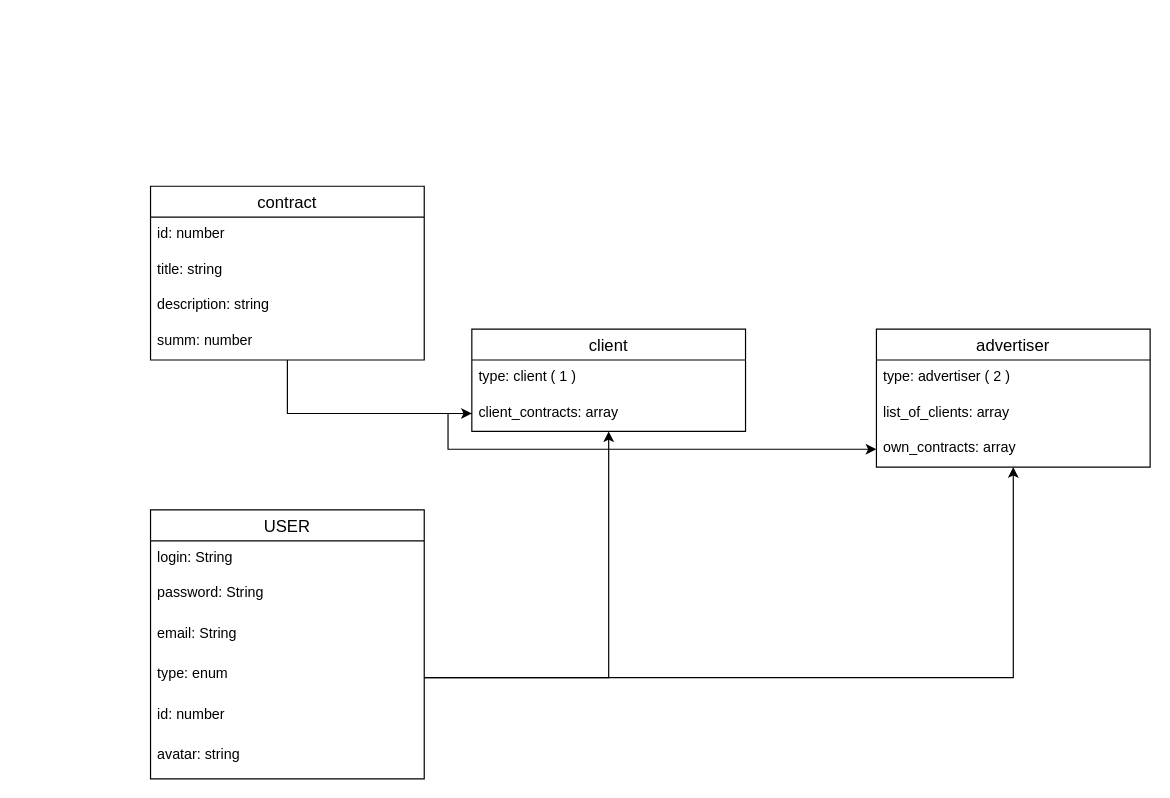
This is Shema.drawio from Egor1Ka/ad-agency, a draw.io file, before an edit. Source tidied: cells renumbered, new cells numbered last; positions are measured from the earlier drawing's top-left corner, leaving out a move shared by most shapes. Both pictures are drawn from the tidied source at 119%, with x=0, y=0 at pixel (150, 186).
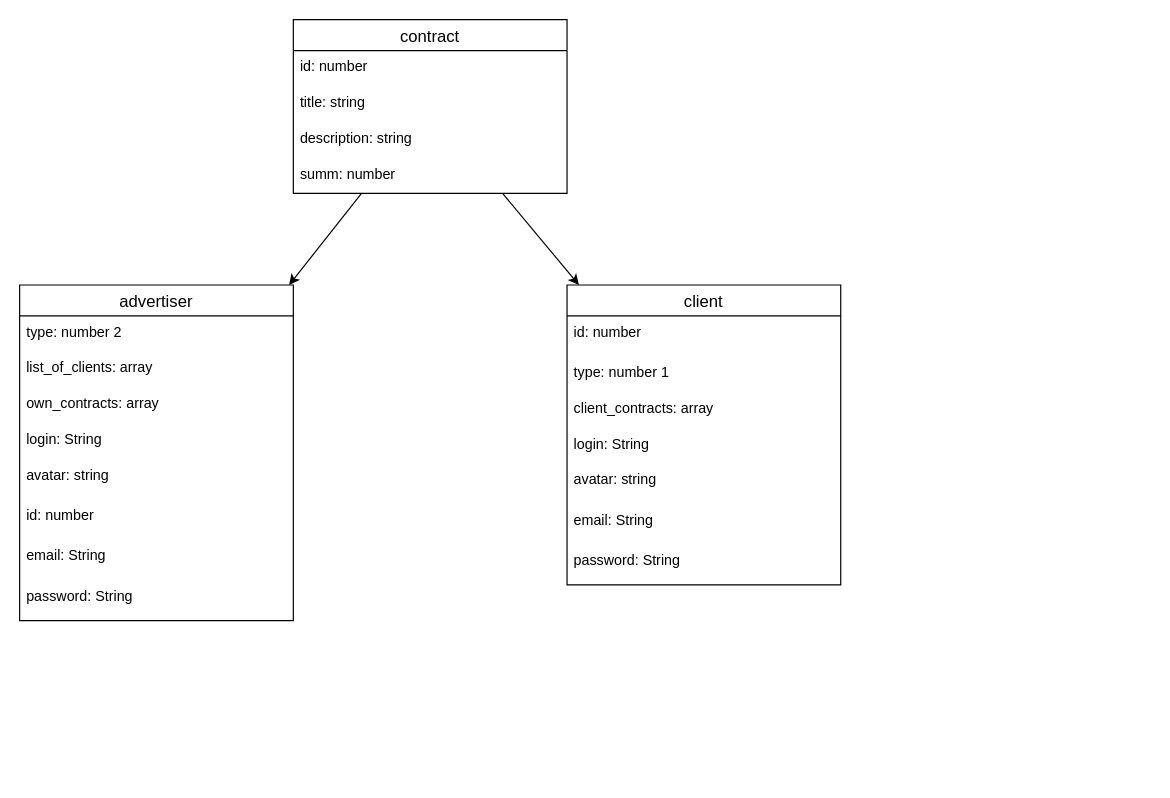
The same diagram, later.

The change refers to these unchanged cells:
```xml
<mxCell id="20" value="own_contracts: array" style="text;strokeColor=none;fillColor=none;spacingLeft=4;spacingRight=4;overflow=hidden;points=[[0,0.5],[1,0.5]];portConstraint=eastwest;fontSize=12;" parent="17" vertex="1">
  <mxGeometry y="86" width="230" height="30" as="geometry" />
</mxCell>
```

Diff of the diagram source:
```diff
@@
-    <mxCell id="2" style="shape=table;startSize=0;childLayout=tableLayout;rowLines=0;fontStyle=0;align=center;strokeColor=none;fillColor=none;" parent="1" vertex="1">
-      <mxGeometry x="180" y="430" width="180" height="30" as="geometry" />
-    </mxCell>
-    <mxCell id="3" style="shape=tableRow;horizontal=0;startSize=0;swimlaneHead=0;swimlaneBody=0;fillColor=none;top=0;left=0;right=0;bottom=0;" parent="2" vertex="1">
-      <mxGeometry width="180" height="30" as="geometry" />
-    </mxCell>
-    <mxCell id="4" style="shape=partialRectangle;fillColor=none;top=0;left=0;bottom=0;right=0;overflow=hidden;" parent="3" vertex="1">
-      <mxGeometry width="30" height="30" as="geometry" />
-    </mxCell>
-    <mxCell id="5" style="shape=partialRectangle;fillColor=none;top=0;left=0;bottom=0;right=0;align=left;spacingLeft=6;overflow=hidden;" parent="3" vertex="1">
-      <mxGeometry x="30" width="150" height="30" as="geometry" />
-    </mxCell>
-    <mxCell id="6" value="USER" style="swimlane;fontStyle=0;horizontal=1;startSize=26;align=center;fontSize=14;" parent="1" vertex="1">
-      <mxGeometry y="272" width="230" height="226" as="geometry" />
-    </mxCell>
-    <mxCell id="7" value="login: String" style="text;strokeColor=none;fillColor=none;spacingLeft=4;spacingRight=4;overflow=hidden;fontSize=12;" parent="6" vertex="1">
-      <mxGeometry y="26" width="230" height="30" as="geometry" />
-    </mxCell>
-    <mxCell id="8" value="password: String" style="text;strokeColor=none;fillColor=none;spacingLeft=4;spacingRight=4;overflow=hidden;fontSize=12;" parent="6" vertex="1">
-      <mxGeometry y="56" width="230" height="34" as="geometry" />
-    </mxCell>
-    <mxCell id="9" value="email: String" style="text;strokeColor=none;fillColor=none;spacingLeft=4;spacingRight=4;overflow=hidden;fontSize=12;" parent="6" vertex="1">
-      <mxGeometry y="90" width="230" height="34" as="geometry" />
-    </mxCell>
-    <mxCell id="10" value="type: enum" style="text;strokeColor=none;fillColor=none;spacingLeft=4;spacingRight=4;overflow=hidden;points=[[0,0.5],[1,0.5]];portConstraint=eastwest;fontSize=12;" parent="6" vertex="1">
-      <mxGeometry y="124" width="230" height="34" as="geometry" />
-    </mxCell>
-    <mxCell id="11" value="id: number&#10;" style="text;strokeColor=none;fillColor=none;spacingLeft=4;spacingRight=4;overflow=hidden;fontSize=12;" parent="6" vertex="1">
-      <mxGeometry y="158" width="230" height="34" as="geometry" />
-    </mxCell>
-    <mxCell id="12" value="avatar: string" style="text;strokeColor=none;fillColor=none;spacingLeft=4;spacingRight=4;overflow=hidden;fontSize=12;" parent="6" vertex="1">
-      <mxGeometry y="192" width="230" height="34" as="geometry" />
-    </mxCell>
     <mxCell id="13" value="сlient" style="swimlane;fontStyle=0;horizontal=1;startSize=26;align=center;fontSize=14;" parent="1" vertex="1">
-      <mxGeometry x="270" y="120" width="230" height="86" as="geometry" />
+      <mxGeometry x="350" y="83" width="230" height="252" as="geometry" />
     </mxCell>
+    <mxCell id="29" value="id: number&#10;" style="text;strokeColor=none;fillColor=none;spacingLeft=4;spacingRight=4;overflow=hidden;fontSize=12;" parent="13" vertex="1">
+      <mxGeometry y="26" width="230" height="34" as="geometry" />
+    </mxCell>
-    <mxCell id="14" value="type: client ( 1 )" style="text;strokeColor=none;fillColor=none;spacingLeft=4;spacingRight=4;overflow=hidden;fontSize=12;" parent="13" vertex="1">
-      <mxGeometry y="26" width="230" height="30" as="geometry" />
+    <mxCell id="14" value="type: number 1" style="text;strokeColor=none;fillColor=none;spacingLeft=4;spacingRight=4;overflow=hidden;fontSize=12;" parent="13" vertex="1">
+      <mxGeometry y="60" width="230" height="30" as="geometry" />
     </mxCell>
     <mxCell id="15" value="client_contracts: array" style="text;strokeColor=none;fillColor=none;spacingLeft=4;spacingRight=4;overflow=hidden;points=[[0,0.5],[1,0.5]];portConstraint=eastwest;fontSize=12;" parent="13" vertex="1">
-      <mxGeometry y="56" width="230" height="30" as="geometry" />
+      <mxGeometry y="90" width="230" height="30" as="geometry" />
     </mxCell>
-    <mxCell id="16" style="edgeStyle=orthogonalEdgeStyle;rounded=0;jettySize=auto;html=1;" parent="1" edge="1" source="10" target="13">
-      <mxGeometry relative="1" as="geometry" />
-    </mxCell>
+    <mxCell id="30" value="login: String" style="text;strokeColor=none;fillColor=none;spacingLeft=4;spacingRight=4;overflow=hidden;fontSize=12;" parent="13" vertex="1">
+      <mxGeometry y="120" width="230" height="30" as="geometry" />
+    </mxCell>
+    <mxCell id="31" value="avatar: string" style="text;strokeColor=none;fillColor=none;spacingLeft=4;spacingRight=4;overflow=hidden;fontSize=12;" parent="13" vertex="1">
+      <mxGeometry y="150" width="230" height="34" as="geometry" />
+    </mxCell>
+    <mxCell id="32" value="email: String" style="text;strokeColor=none;fillColor=none;spacingLeft=4;spacingRight=4;overflow=hidden;fontSize=12;" parent="13" vertex="1">
+      <mxGeometry y="184" width="230" height="34" as="geometry" />
+    </mxCell>
+    <mxCell id="33" value="password: String" style="text;strokeColor=none;fillColor=none;spacingLeft=4;spacingRight=4;overflow=hidden;fontSize=12;" parent="13" vertex="1">
+      <mxGeometry y="218" width="230" height="34" as="geometry" />
+    </mxCell>
     <mxCell id="17" value="advertiser" style="swimlane;fontStyle=0;horizontal=1;startSize=26;align=center;fontSize=14;" parent="1" vertex="1">
-      <mxGeometry x="610" y="120" width="230" height="116" as="geometry" />
+      <mxGeometry x="-110" y="83" width="230" height="282" as="geometry" />
     </mxCell>
-    <mxCell id="18" value="type: advertiser ( 2 )" style="text;strokeColor=none;fillColor=none;spacingLeft=4;spacingRight=4;overflow=hidden;fontSize=12;" parent="17" vertex="1">
+    <mxCell id="18" value="type: number 2" style="text;strokeColor=none;fillColor=none;spacingLeft=4;spacingRight=4;overflow=hidden;fontSize=12;" parent="17" vertex="1">
       <mxGeometry y="26" width="230" height="30" as="geometry" />
     </mxCell>
@@
-    <mxCell id="21" style="edgeStyle=orthogonalEdgeStyle;rounded=0;jettySize=auto;html=1;" parent="1" edge="1" source="10" target="17">
-      <mxGeometry relative="1" as="geometry" />
-    </mxCell>
-    <mxCell id="22" style="edgeStyle=orthogonalEdgeStyle;rounded=0;jettySize=auto;html=1;" parent="1" edge="1" source="23" target="15">
-      <mxGeometry relative="1" as="geometry">
-        <Array as="points">
-          <mxPoint x="115" y="191" />
-        </Array>
-      </mxGeometry>
-    </mxCell>
+    <mxCell id="34" value="login: String" style="text;strokeColor=none;fillColor=none;spacingLeft=4;spacingRight=4;overflow=hidden;fontSize=12;" parent="17" vertex="1">
+      <mxGeometry y="116" width="230" height="30" as="geometry" />
+    </mxCell>
+    <mxCell id="35" value="avatar: string" style="text;strokeColor=none;fillColor=none;spacingLeft=4;spacingRight=4;overflow=hidden;fontSize=12;" parent="17" vertex="1">
+      <mxGeometry y="146" width="230" height="34" as="geometry" />
+    </mxCell>
+    <mxCell id="36" value="id: number&#10;" style="text;strokeColor=none;fillColor=none;spacingLeft=4;spacingRight=4;overflow=hidden;fontSize=12;" parent="17" vertex="1">
+      <mxGeometry y="180" width="230" height="34" as="geometry" />
+    </mxCell>
+    <mxCell id="37" value="email: String" style="text;strokeColor=none;fillColor=none;spacingLeft=4;spacingRight=4;overflow=hidden;fontSize=12;" parent="17" vertex="1">
+      <mxGeometry y="214" width="230" height="34" as="geometry" />
+    </mxCell>
+    <mxCell id="38" value="password: String" style="text;strokeColor=none;fillColor=none;spacingLeft=4;spacingRight=4;overflow=hidden;fontSize=12;" parent="17" vertex="1">
+      <mxGeometry y="248" width="230" height="34" as="geometry" />
+    </mxCell>
+    <mxCell id="39" style="edgeStyle=none;html=1;" parent="1" edge="1" source="23" target="17">
+      <mxGeometry relative="1" as="geometry" />
+    </mxCell>
+    <mxCell id="40" style="edgeStyle=none;html=1;" parent="1" edge="1" source="23" target="13">
+      <mxGeometry relative="1" as="geometry" />
+    </mxCell>
     <mxCell id="23" value="contract" style="swimlane;fontStyle=0;horizontal=1;startSize=26;align=center;fontSize=14;" parent="1" vertex="1">
-      <mxGeometry width="230" height="146" as="geometry" />
+      <mxGeometry x="120" y="-140" width="230" height="146" as="geometry" />
     </mxCell>
@@
-    <mxCell id="28" style="edgeStyle=orthogonalEdgeStyle;rounded=0;jettySize=auto;html=1;exitX=0;exitY=0.5;exitDx=0;exitDy=0;" parent="1" edge="1" source="15" target="20">
-      <mxGeometry relative="1" as="geometry">
-        <Array as="points">
-          <mxPoint x="250" y="191" />
-          <mxPoint x="250" y="221" />
-        </Array>
-      </mxGeometry>
-    </mxCell>
```
